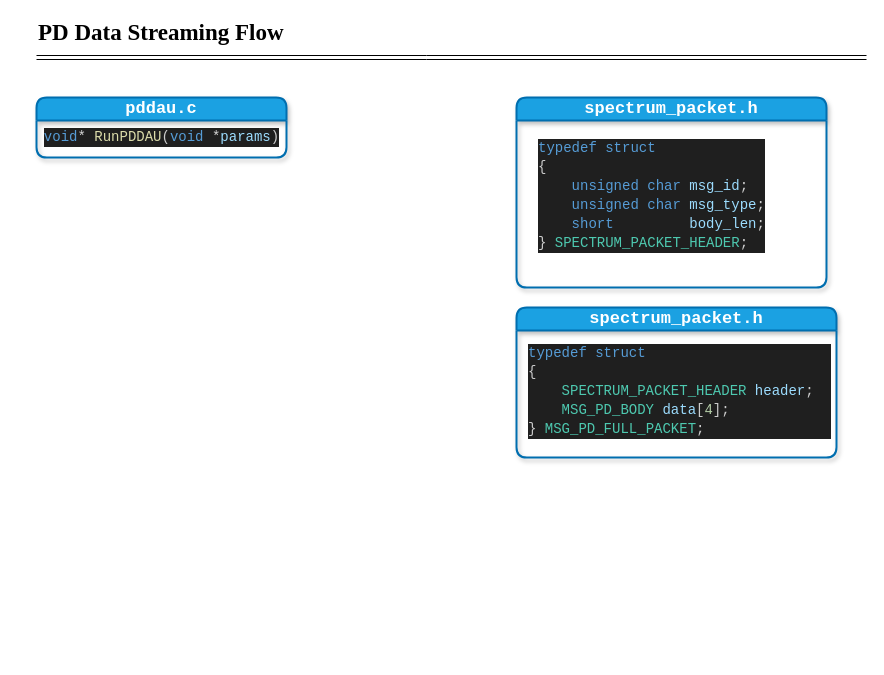
Earlier version of the draw.io diagram PDA Project/PD Data Stream Flow.drawio (jibonaronno/documentsA). Source tidied: cells renumbered, new cells numbered last; positions are measured from the earlier drawing's top-left corner, leaving out a move shared by most shapes. Both pictures are drawn from the tidied source at 100%, with x=0, y=0 at pixel (36, 17).
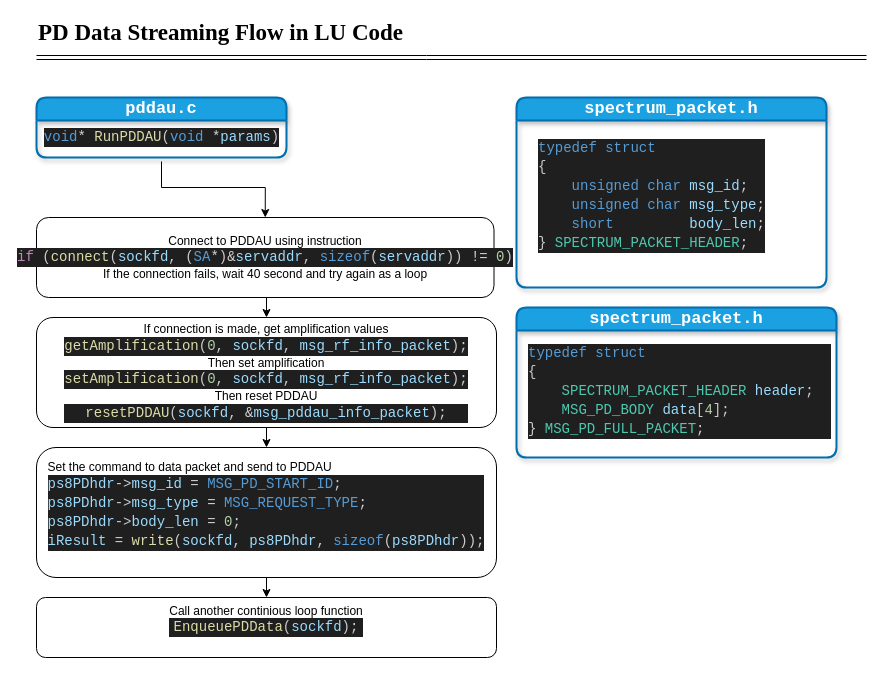
Above is the later version.

Commit message (it also covers changes not shown here):
10 Feb 25 Office

What changed in the source:
```diff
@@
 <mxGraphModel>
   <root>
     <mxCell id="0" />
     <mxCell id="1" parent="0" />
     <mxCell id="2" style="edgeStyle=none;orthogonalLoop=1;jettySize=auto;html=1;rounded=0;shape=link;" parent="1" edge="1">
       <mxGeometry relative="1" as="geometry">
         <mxPoint y="40" as="sourcePoint" />
         <mxPoint x="830" y="40" as="targetPoint" />
         <Array as="points">
           <mxPoint x="390" y="40" />
         </Array>
       </mxGeometry>
     </mxCell>
-    <mxCell id="3" value="&lt;font style=&quot;font-size: 23px;&quot; face=&quot;Times New Roman&quot;&gt;&lt;b&gt;PD Data Streaming Flow&lt;/b&gt;&lt;/font&gt;" style="text;strokeColor=none;align=left;fillColor=none;html=1;verticalAlign=middle;whiteSpace=wrap;rounded=0;" parent="1" vertex="1">
-      <mxGeometry width="350" height="30" as="geometry" />
+    <mxCell id="3" value="&lt;font style=&quot;font-size: 23px;&quot; face=&quot;Times New Roman&quot;&gt;&lt;b&gt;PD Data Streaming Flow in LU Code&lt;/b&gt;&lt;/font&gt;" style="text;strokeColor=none;align=left;fillColor=none;html=1;verticalAlign=middle;whiteSpace=wrap;rounded=0;" parent="1" vertex="1">
+      <mxGeometry width="620" height="30" as="geometry" />
     </mxCell>
+    <mxCell id="10" style="edgeStyle=orthogonalEdgeStyle;rounded=0;jettySize=auto;html=1;entryX=0.5;entryY=0;entryDx=0;entryDy=0;" parent="1" edge="1" source="4" target="12">
+      <mxGeometry relative="1" as="geometry" />
+    </mxCell>
     <mxCell id="4" value="&lt;font face=&quot;Courier New&quot; style=&quot;font-size: 17px;&quot;&gt;pddau.c&lt;/font&gt;" style="swimlane;whiteSpace=wrap;html=1;swimlaneFillColor=none;rounded=1;fillColor=#1ba1e2;strokeColor=#006EAF;fontColor=#ffffff;strokeWidth=2;perimeterSpacing=4;glass=0;shadow=1;" parent="1" vertex="1">
       <mxGeometry y="80" width="250" height="60" as="geometry" />
     </mxCell>
     <mxCell id="5" value="&lt;div style=&quot;color: rgb(204, 204, 204); background-color: rgb(31, 31, 31); font-family: Consolas, &amp;quot;Courier New&amp;quot;, monospace; font-size: 14px; line-height: 19px; white-space-collapse: preserve;&quot;&gt;&lt;span style=&quot;color: #569cd6;&quot;&gt;void&lt;/span&gt;&lt;span style=&quot;color: #d4d4d4;&quot;&gt;*&lt;/span&gt; &lt;span style=&quot;color: #dcdcaa;&quot;&gt;RunPDDAU&lt;/span&gt;(&lt;span style=&quot;color: #569cd6;&quot;&gt;void&lt;/span&gt; &lt;span style=&quot;color: #d4d4d4;&quot;&gt;*&lt;/span&gt;&lt;span style=&quot;color: #9cdcfe;&quot;&gt;params&lt;/span&gt;)&lt;/div&gt;" style="text;html=1;align=center;verticalAlign=middle;strokeColor=none;fillColor=none;" parent="4" vertex="1">
       <mxGeometry x="5" y="25" width="240" height="30" as="geometry" />
     </mxCell>
     <mxCell id="6" value="&lt;font face=&quot;Courier New&quot; style=&quot;font-size: 17px;&quot;&gt;spectrum_packet.h&lt;/font&gt;" style="swimlane;whiteSpace=wrap;html=1;swimlaneFillColor=none;rounded=1;fillColor=#1ba1e2;strokeColor=#006EAF;fontColor=#ffffff;strokeWidth=2;perimeterSpacing=4;glass=0;shadow=1;" parent="1" vertex="1">
       <mxGeometry x="480" y="80" width="310" height="190" as="geometry" />
     </mxCell>
     <mxCell id="7" value="&lt;div style=&quot;color: #cccccc;background-color: #1f1f1f;font-family: Consolas, 'Courier New', monospace;font-weight: normal;font-size: 14px;line-height: 19px;white-space: pre;&quot;&gt;&lt;div&gt;&lt;span style=&quot;color: #569cd6;&quot;&gt;typedef&lt;/span&gt;&lt;span style=&quot;color: #cccccc;&quot;&gt; &lt;/span&gt;&lt;span style=&quot;color: #569cd6;&quot;&gt;struct&lt;/span&gt;&lt;/div&gt;&lt;div&gt;&lt;span style=&quot;color: #cccccc;&quot;&gt;{&lt;/span&gt;&lt;/div&gt;&lt;div&gt;&lt;span style=&quot;color: #cccccc;&quot;&gt;&amp;nbsp; &amp;nbsp; &lt;/span&gt;&lt;span style=&quot;color: #569cd6;&quot;&gt;unsigned&lt;/span&gt;&lt;span style=&quot;color: #cccccc;&quot;&gt; &lt;/span&gt;&lt;span style=&quot;color: #569cd6;&quot;&gt;char&lt;/span&gt;&lt;span style=&quot;color: #cccccc;&quot;&gt; &lt;/span&gt;&lt;span style=&quot;color: #9cdcfe;&quot;&gt;msg_id&lt;/span&gt;&lt;span style=&quot;color: #cccccc;&quot;&gt;;&lt;/span&gt;&lt;/div&gt;&lt;div&gt;&lt;span style=&quot;color: #cccccc;&quot;&gt;&amp;nbsp; &amp;nbsp; &lt;/span&gt;&lt;span style=&quot;color: #569cd6;&quot;&gt;unsigned&lt;/span&gt;&lt;span style=&quot;color: #cccccc;&quot;&gt; &lt;/span&gt;&lt;span style=&quot;color: #569cd6;&quot;&gt;char&lt;/span&gt;&lt;span style=&quot;color: #cccccc;&quot;&gt; &lt;/span&gt;&lt;span style=&quot;color: #9cdcfe;&quot;&gt;msg_type&lt;/span&gt;&lt;span style=&quot;color: #cccccc;&quot;&gt;;&lt;/span&gt;&lt;/div&gt;&lt;div&gt;&lt;span style=&quot;color: #cccccc;&quot;&gt;&amp;nbsp; &amp;nbsp; &lt;/span&gt;&lt;span style=&quot;color: #569cd6;&quot;&gt;short&lt;/span&gt;&lt;span style=&quot;color: #cccccc;&quot;&gt; &amp;nbsp; &amp;nbsp; &amp;nbsp; &amp;nbsp; &lt;/span&gt;&lt;span style=&quot;color: #9cdcfe;&quot;&gt;body_len&lt;/span&gt;&lt;span style=&quot;color: #cccccc;&quot;&gt;;&lt;/span&gt;&lt;/div&gt;&lt;div&gt;&lt;span style=&quot;color: #cccccc;&quot;&gt;} &lt;/span&gt;&lt;span style=&quot;color: #4ec9b0;&quot;&gt;SPECTRUM_PACKET_HEADER&lt;/span&gt;&lt;span style=&quot;color: #cccccc;&quot;&gt;;&lt;/span&gt;&lt;/div&gt;&lt;/div&gt;" style="text;whiteSpace=wrap;html=1;" parent="6" vertex="1">
       <mxGeometry x="20" y="35" width="240" height="140" as="geometry" />
     </mxCell>
     <mxCell id="8" value="&lt;font face=&quot;Courier New&quot; style=&quot;font-size: 17px;&quot;&gt;spectrum_packet.h&lt;/font&gt;" style="swimlane;whiteSpace=wrap;html=1;swimlaneFillColor=none;rounded=1;fillColor=#1ba1e2;strokeColor=#006EAF;fontColor=#ffffff;strokeWidth=2;perimeterSpacing=4;glass=0;shadow=1;" parent="1" vertex="1">
       <mxGeometry x="480" y="290" width="320" height="150" as="geometry" />
     </mxCell>
     <mxCell id="9" value="&lt;div style=&quot;color: #cccccc;background-color: #1f1f1f;font-family: Consolas, 'Courier New', monospace;font-weight: normal;font-size: 14px;line-height: 19px;white-space: pre;&quot;&gt;&lt;div&gt;&lt;span style=&quot;color: #569cd6;&quot;&gt;typedef&lt;/span&gt;&lt;span style=&quot;color: #cccccc;&quot;&gt; &lt;/span&gt;&lt;span style=&quot;color: #569cd6;&quot;&gt;struct&lt;/span&gt;&lt;/div&gt;&lt;div&gt;&lt;span style=&quot;color: #cccccc;&quot;&gt;{&lt;/span&gt;&lt;/div&gt;&lt;div&gt;&lt;span style=&quot;color: #cccccc;&quot;&gt;&amp;nbsp; &amp;nbsp; &lt;/span&gt;&lt;span style=&quot;color: #4ec9b0;&quot;&gt;SPECTRUM_PACKET_HEADER&lt;/span&gt;&lt;span style=&quot;color: #cccccc;&quot;&gt; &lt;/span&gt;&lt;span style=&quot;color: #9cdcfe;&quot;&gt;header&lt;/span&gt;&lt;span style=&quot;color: #cccccc;&quot;&gt;; &amp;nbsp;&lt;/span&gt;&lt;/div&gt;&lt;div&gt;&lt;span style=&quot;color: #cccccc;&quot;&gt;&amp;nbsp; &amp;nbsp; &lt;/span&gt;&lt;span style=&quot;color: #4ec9b0;&quot;&gt;MSG_PD_BODY&lt;/span&gt;&lt;span style=&quot;color: #cccccc;&quot;&gt; &lt;/span&gt;&lt;span style=&quot;color: #9cdcfe;&quot;&gt;data&lt;/span&gt;&lt;span style=&quot;color: #cccccc;&quot;&gt;[&lt;/span&gt;&lt;span style=&quot;color: #b5cea8;&quot;&gt;4&lt;/span&gt;&lt;span style=&quot;color: #cccccc;&quot;&gt;];&lt;/span&gt;&lt;/div&gt;&lt;div&gt;&lt;span style=&quot;color: #cccccc;&quot;&gt;} &lt;/span&gt;&lt;span style=&quot;color: #4ec9b0;&quot;&gt;MSG_PD_FULL_PACKET&lt;/span&gt;&lt;span style=&quot;color: #cccccc;&quot;&gt;;&lt;/span&gt;&lt;/div&gt;&lt;/div&gt;" style="text;whiteSpace=wrap;html=1;" parent="8" vertex="1">
       <mxGeometry x="10" y="30" width="310" height="120" as="geometry" />
     </mxCell>
+    <mxCell id="11" style="edgeStyle=orthogonalEdgeStyle;rounded=0;jettySize=auto;html=1;exitX=0.5;exitY=1;exitDx=0;exitDy=0;entryX=0.5;entryY=0;entryDx=0;entryDy=0;" parent="1" edge="1" source="12" target="14">
+      <mxGeometry relative="1" as="geometry" />
+    </mxCell>
+    <mxCell id="12" value="Connect to PDDAU using instruction&lt;div&gt;&lt;div style=&quot;color: rgb(204, 204, 204); background-color: rgb(31, 31, 31); font-family: Consolas, &amp;quot;Courier New&amp;quot;, monospace; font-size: 14px; line-height: 19px; white-space: pre;&quot;&gt;&lt;span style=&quot;color: #c586c0;&quot;&gt;if&lt;/span&gt; (&lt;span style=&quot;color: #dcdcaa;&quot;&gt;connect&lt;/span&gt;(&lt;span style=&quot;color: #9cdcfe;&quot;&gt;sockfd&lt;/span&gt;, (&lt;span style=&quot;color: #569cd6;&quot;&gt;SA&lt;/span&gt;&lt;span style=&quot;color: #d4d4d4;&quot;&gt;*&lt;/span&gt;)&lt;span style=&quot;color: #d4d4d4;&quot;&gt;&amp;amp;&lt;/span&gt;&lt;span style=&quot;color: #9cdcfe;&quot;&gt;servaddr&lt;/span&gt;, &lt;span style=&quot;color: #569cd6;&quot;&gt;sizeof&lt;/span&gt;(&lt;span style=&quot;color: #9cdcfe;&quot;&gt;servaddr&lt;/span&gt;)) &lt;span style=&quot;color: #d4d4d4;&quot;&gt;!=&lt;/span&gt; &lt;span style=&quot;color: #b5cea8;&quot;&gt;0&lt;/span&gt;)&lt;/div&gt;&lt;/div&gt;&lt;div&gt;If the connection fails, wait 40 second and try again as a loop&lt;/div&gt;" style="rounded=1;whiteSpace=wrap;html=1;" parent="1" vertex="1">
+      <mxGeometry y="200" width="457.5" height="80" as="geometry" />
+    </mxCell>
+    <mxCell id="13" style="edgeStyle=orthogonalEdgeStyle;rounded=0;jettySize=auto;html=1;exitX=0.5;exitY=1;exitDx=0;exitDy=0;entryX=0.5;entryY=0;entryDx=0;entryDy=0;" parent="1" edge="1" source="14" target="16">
+      <mxGeometry relative="1" as="geometry" />
+    </mxCell>
+    <mxCell id="14" value="If connection is made, get amplification values&lt;div&gt;&lt;div style=&quot;color: rgb(204, 204, 204); background-color: rgb(31, 31, 31); font-family: Consolas, &amp;quot;Courier New&amp;quot;, monospace; font-size: 14px; line-height: 19px; white-space: pre;&quot;&gt;&lt;span style=&quot;color: rgb(220, 220, 170);&quot;&gt;getAmplification&lt;/span&gt;(&lt;span style=&quot;color: rgb(181, 206, 168);&quot;&gt;0&lt;/span&gt;, &lt;span style=&quot;color: rgb(156, 220, 254);&quot;&gt;sockfd&lt;/span&gt;, &lt;span style=&quot;color: rgb(156, 220, 254);&quot;&gt;msg_rf_info_packet&lt;/span&gt;);&lt;/div&gt;&lt;div&gt;Then set amplification&lt;/div&gt;&lt;div&gt;&lt;div style=&quot;color: rgb(204, 204, 204); background-color: rgb(31, 31, 31); font-family: Consolas, &amp;quot;Courier New&amp;quot;, monospace; font-size: 14px; line-height: 19px; white-space: pre;&quot;&gt;&lt;span style=&quot;color: rgb(220, 220, 170);&quot;&gt;setAmplification&lt;/span&gt;(&lt;span style=&quot;color: rgb(181, 206, 168);&quot;&gt;0&lt;/span&gt;, &lt;span style=&quot;color: rgb(156, 220, 254);&quot;&gt;sockfd&lt;/span&gt;, &lt;span style=&quot;color: rgb(156, 220, 254);&quot;&gt;msg_rf_info_packet&lt;/span&gt;);&lt;/div&gt;&lt;/div&gt;&lt;div&gt;Then reset PDDAU&lt;/div&gt;&lt;div&gt;&lt;div style=&quot;color: rgb(204, 204, 204); background-color: rgb(31, 31, 31); font-family: Consolas, &amp;quot;Courier New&amp;quot;, monospace; font-size: 14px; line-height: 19px; white-space: pre;&quot;&gt;&lt;span style=&quot;color: #dcdcaa;&quot;&gt;resetPDDAU&lt;/span&gt;(&lt;span style=&quot;color: #9cdcfe;&quot;&gt;sockfd&lt;/span&gt;, &lt;span style=&quot;color: #d4d4d4;&quot;&gt;&amp;amp;&lt;/span&gt;&lt;span style=&quot;color: #9cdcfe;&quot;&gt;msg_pddau_info_packet&lt;/span&gt;);&lt;/div&gt;&lt;/div&gt;&lt;/div&gt;" style="rounded=1;whiteSpace=wrap;html=1;" parent="1" vertex="1">
+      <mxGeometry y="300" width="460" height="110" as="geometry" />
+    </mxCell>
+    <mxCell id="15" style="edgeStyle=orthogonalEdgeStyle;rounded=0;jettySize=auto;html=1;exitX=0.5;exitY=1;exitDx=0;exitDy=0;entryX=0.5;entryY=0;entryDx=0;entryDy=0;" parent="1" edge="1" source="16" target="17">
+      <mxGeometry relative="1" as="geometry" />
+    </mxCell>
+    <mxCell id="16" value="&lt;div style=&quot;text-align: left;&quot;&gt;Set the command to data packet and send to PDDAU&lt;/div&gt;&lt;div&gt;&lt;div style=&quot;color: rgb(204, 204, 204); background-color: rgb(31, 31, 31); font-family: Consolas, &amp;quot;Courier New&amp;quot;, monospace; font-size: 14px; line-height: 19px; white-space: pre;&quot;&gt;&lt;div style=&quot;text-align: left;&quot;&gt;&lt;span style=&quot;color: rgb(156, 220, 254);&quot;&gt;ps8PDhdr&lt;/span&gt;-&amp;gt;&lt;span style=&quot;color: rgb(156, 220, 254);&quot;&gt;msg_id&lt;/span&gt; &lt;span style=&quot;color: rgb(212, 212, 212);&quot;&gt;=&lt;/span&gt; &lt;span style=&quot;color: rgb(86, 156, 214);&quot;&gt;MSG_PD_START_ID&lt;/span&gt;;&lt;/div&gt;&lt;div style=&quot;text-align: left;&quot;&gt;&lt;span style=&quot;color: rgb(156, 220, 254);&quot;&gt;ps8PDhdr&lt;/span&gt;-&amp;gt;&lt;span style=&quot;color: rgb(156, 220, 254);&quot;&gt;msg_type&lt;/span&gt; &lt;span style=&quot;color: rgb(212, 212, 212);&quot;&gt;=&lt;/span&gt; &lt;span style=&quot;color: rgb(86, 156, 214);&quot;&gt;MSG_REQUEST_TYPE&lt;/span&gt;;&lt;/div&gt;&lt;div style=&quot;text-align: left;&quot;&gt;&lt;span style=&quot;color: rgb(156, 220, 254);&quot;&gt;ps8PDhdr&lt;/span&gt;-&amp;gt;&lt;span style=&quot;color: rgb(156, 220, 254);&quot;&gt;body_len&lt;/span&gt; &lt;span style=&quot;color: rgb(212, 212, 212);&quot;&gt;=&lt;/span&gt; &lt;span style=&quot;color: rgb(181, 206, 168);&quot;&gt;0&lt;/span&gt;;&lt;/div&gt;&lt;div style=&quot;text-align: left;&quot;&gt;&lt;span style=&quot;color: rgb(156, 220, 254);&quot;&gt;iResult&lt;/span&gt; &lt;span style=&quot;color: rgb(212, 212, 212);&quot;&gt;=&lt;/span&gt; &lt;span style=&quot;color: rgb(220, 220, 170);&quot;&gt;write&lt;/span&gt;(&lt;span style=&quot;color: rgb(156, 220, 254);&quot;&gt;sockfd&lt;/span&gt;, &lt;span style=&quot;color: rgb(156, 220, 254);&quot;&gt;ps8PDhdr&lt;/span&gt;, &lt;span style=&quot;color: rgb(86, 156, 214);&quot;&gt;sizeof&lt;/span&gt;(&lt;span style=&quot;color: rgb(156, 220, 254);&quot;&gt;ps8PDhdr&lt;/span&gt;));&lt;/div&gt;&lt;/div&gt;&lt;/div&gt;&lt;div&gt;&lt;br&gt;&lt;/div&gt;" style="rounded=1;whiteSpace=wrap;html=1;" parent="1" vertex="1">
+      <mxGeometry y="430" width="460" height="130" as="geometry" />
+    </mxCell>
+    <mxCell id="17" value="Call another continious loop function&lt;div&gt;&lt;div style=&quot;color: rgb(204, 204, 204); background-color: rgb(31, 31, 31); font-family: Consolas, &amp;quot;Courier New&amp;quot;, monospace; font-size: 14px; line-height: 19px; white-space: pre;&quot;&gt;&lt;span style=&quot;color: #dcdcaa;&quot;&gt;EnqueuePDData&lt;/span&gt;(&lt;span style=&quot;color: #9cdcfe;&quot;&gt;sockfd&lt;/span&gt;);&lt;/div&gt;&lt;/div&gt;&lt;div&gt;&lt;br&gt;&lt;/div&gt;" style="rounded=1;whiteSpace=wrap;html=1;" parent="1" vertex="1">
+      <mxGeometry y="580" width="460" height="60" as="geometry" />
+    </mxCell>
   </root>
 </mxGraphModel>
```
